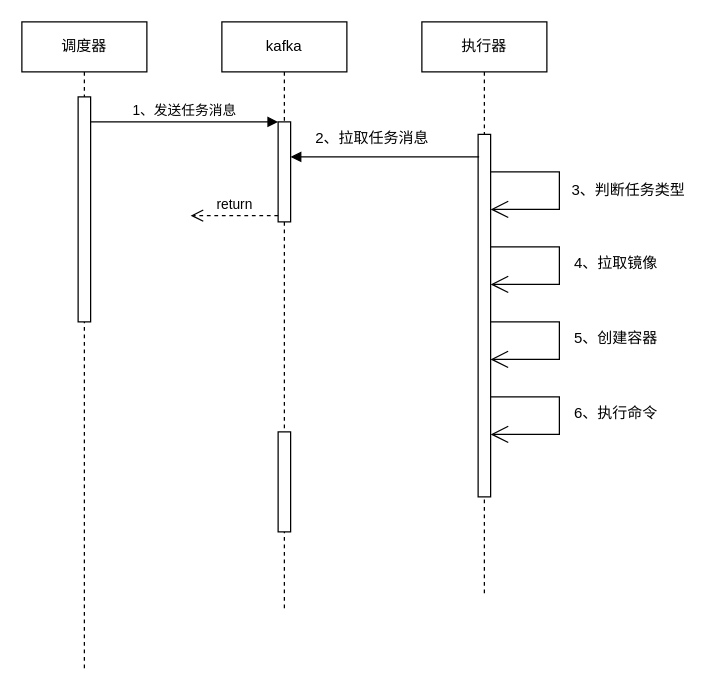
Earlier version of the draw.io diagram 执行容器任务.drawio (tianshengdiwangK/common). Source tidied: cells renumbered, new cells numbered last; positions are measured from the earlier drawing's top-left corner, leaving out a move shared by most shapes. Both pictures are drawn from the tidied source at 125%, with x=0, y=0 at pixel (21, 21).
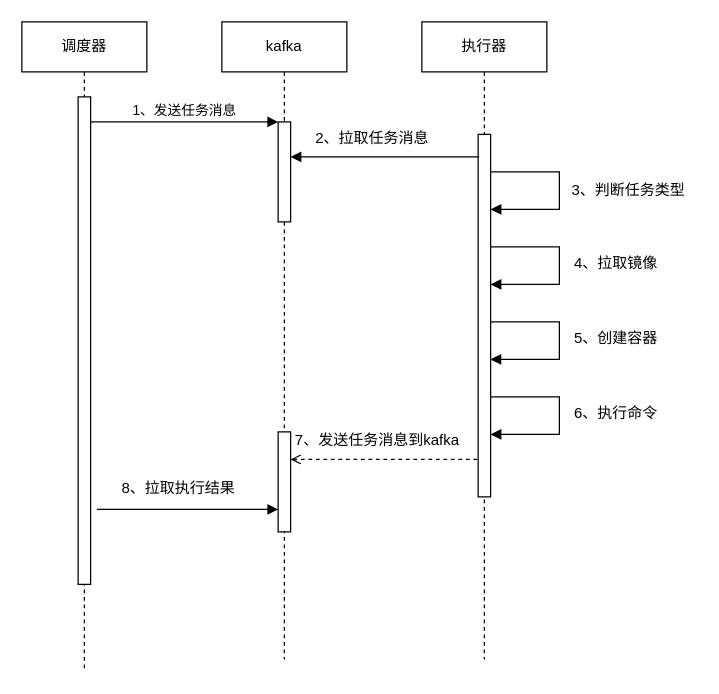
The same page after the edit.

Commit message:
更新执行容器任务.drawio

The change refers to these unchanged cells:
```xml
<mxCell id="2" value="调度器" style="shape=umlLifeline;perimeter=lifelinePerimeter;whiteSpace=wrap;html=1;newEdgeStyle={&quot;edgeStyle&quot;:&quot;elbowEdgeStyle&quot;,&quot;elbow&quot;:&quot;vertical&quot;,&quot;curved&quot;:0,&quot;rounded&quot;:0};" parent="1" vertex="1">
  <mxGeometry width="100" height="520" as="geometry" />
</mxCell>
<mxCell id="5" style="html=1;points=[];perimeter=orthogonalPerimeter;outlineConnect=0;targetShapes=umlLifeline;portConstraint=eastwest;newEdgeStyle={&quot;edgeStyle&quot;:&quot;elbowEdgeStyle&quot;,&quot;elbow&quot;:&quot;vertical&quot;,&quot;curved&quot;:0,&quot;rounded&quot;:0};" parent="4" vertex="1">
  <mxGeometry x="45" y="80" width="10" height="80" as="geometry" />
</mxCell>
<mxCell id="7" style="html=1;points=[];perimeter=orthogonalPerimeter;outlineConnect=0;targetShapes=umlLifeline;portConstraint=eastwest;newEdgeStyle={&quot;edgeStyle&quot;:&quot;elbowEdgeStyle&quot;,&quot;elbow&quot;:&quot;vertical&quot;,&quot;curved&quot;:0,&quot;rounded&quot;:0};" parent="4" vertex="1">
  <mxGeometry x="45" y="328" width="10" height="80" as="geometry" />
</mxCell>
<mxCell id="9" style="html=1;points=[];perimeter=orthogonalPerimeter;outlineConnect=0;targetShapes=umlLifeline;portConstraint=eastwest;newEdgeStyle={&quot;edgeStyle&quot;:&quot;elbowEdgeStyle&quot;,&quot;elbow&quot;:&quot;vertical&quot;,&quot;curved&quot;:0,&quot;rounded&quot;:0};" parent="8" vertex="1">
  <mxGeometry x="45" y="90" width="10" height="290" as="geometry" />
</mxCell>
```

Change to the diagram source:
```diff
@@
     <mxCell id="3" style="html=1;points=[];perimeter=orthogonalPerimeter;outlineConnect=0;targetShapes=umlLifeline;portConstraint=eastwest;newEdgeStyle={&quot;edgeStyle&quot;:&quot;elbowEdgeStyle&quot;,&quot;elbow&quot;:&quot;vertical&quot;,&quot;curved&quot;:0,&quot;rounded&quot;:0};" parent="2" vertex="1">
-      <mxGeometry x="45" y="60" width="10" height="180" as="geometry" />
+      <mxGeometry x="45" y="60" width="10" height="390" as="geometry" />
     </mxCell>
     <mxCell id="4" value="kafka" style="shape=umlLifeline;perimeter=lifelinePerimeter;whiteSpace=wrap;html=1;newEdgeStyle={&quot;edgeStyle&quot;:&quot;elbowEdgeStyle&quot;,&quot;elbow&quot;:&quot;vertical&quot;,&quot;curved&quot;:0,&quot;rounded&quot;:0};" parent="1" vertex="1">
-      <mxGeometry x="160" width="100" height="470" as="geometry" />
+      <mxGeometry x="160" width="100" height="510" as="geometry" />
     </mxCell>
@@
-    <mxCell id="6" value="return" style="html=1;verticalAlign=bottom;endArrow=open;dashed=1;endSize=8;edgeStyle=elbowEdgeStyle;elbow=vertical;curved=0;rounded=0;" parent="4" edge="1" source="5">
-      <mxGeometry relative="1" as="geometry">
-        <mxPoint x="-25" y="155" as="targetPoint" />
-      </mxGeometry>
-    </mxCell>
@@
     <mxCell id="8" value="执行器" style="shape=umlLifeline;perimeter=lifelinePerimeter;whiteSpace=wrap;html=1;newEdgeStyle={&quot;edgeStyle&quot;:&quot;elbowEdgeStyle&quot;,&quot;elbow&quot;:&quot;vertical&quot;,&quot;curved&quot;:0,&quot;rounded&quot;:0};" parent="1" vertex="1">
-      <mxGeometry x="320" width="100" height="460" as="geometry" />
+      <mxGeometry x="320" width="100" height="510" as="geometry" />
     </mxCell>
@@
-    <mxCell id="10" style="endArrow=open;endFill=1;endSize=12;html=1;rounded=0;edgeStyle=orthogonalEdgeStyle;" parent="8" edge="1" target="9">
+    <mxCell id="10" style="endArrow=block;endFill=1;endSize=6;html=1;rounded=0;edgeStyle=orthogonalEdgeStyle;" parent="8" edge="1" target="9">
       <mxGeometry relative="1" as="geometry">
         <mxPoint x="55" y="120" as="sourcePoint" />
         <Array as="points">
           <mxPoint x="110" y="120" />
           <mxPoint x="110" y="150" />
         </Array>
       </mxGeometry>
     </mxCell>
@@
-    <mxCell id="15" style="endArrow=open;endFill=1;endSize=12;html=1;rounded=0;edgeStyle=orthogonalEdgeStyle;" parent="1" edge="1">
+    <mxCell id="15" style="endArrow=block;endFill=1;endSize=6;html=1;rounded=0;edgeStyle=orthogonalEdgeStyle;" parent="1" edge="1">
       <mxGeometry relative="1" as="geometry">
         <mxPoint x="375" y="180" as="sourcePoint" />
         <mxPoint x="375" y="210" as="targetPoint" />
         <Array as="points">
           <mxPoint x="430" y="180" />
           <mxPoint x="430" y="210" />
         </Array>
       </mxGeometry>
     </mxCell>
@@
-    <mxCell id="17" style="endArrow=open;endFill=1;endSize=12;html=1;rounded=0;edgeStyle=orthogonalEdgeStyle;" parent="1" edge="1">
+    <mxCell id="17" style="endArrow=block;endFill=1;endSize=6;html=1;rounded=0;edgeStyle=orthogonalEdgeStyle;" parent="1" edge="1">
       <mxGeometry relative="1" as="geometry">
         <mxPoint x="374.9" y="240" as="sourcePoint" />
         <mxPoint x="374.9" y="270" as="targetPoint" />
         <Array as="points">
           <mxPoint x="430" y="240" />
           <mxPoint x="430" y="270" />
         </Array>
       </mxGeometry>
     </mxCell>
@@
-    <mxCell id="19" style="endArrow=open;endFill=1;endSize=12;html=1;rounded=0;edgeStyle=orthogonalEdgeStyle;" parent="1" edge="1">
+    <mxCell id="19" style="endArrow=block;endFill=1;endSize=6;html=1;rounded=0;edgeStyle=orthogonalEdgeStyle;" parent="1" edge="1">
       <mxGeometry relative="1" as="geometry">
         <mxPoint x="375" y="300" as="sourcePoint" />
         <mxPoint x="375" y="330" as="targetPoint" />
         <Array as="points">
           <mxPoint x="430" y="300" />
           <mxPoint x="430" y="330" />
         </Array>
       </mxGeometry>
     </mxCell>
@@
+    <mxCell id="21" style="endArrow=none;endFill=0;endSize=12;html=1;rounded=0;dashed=1;startArrow=open;startFill=0;" parent="1" edge="1">
+      <mxGeometry relative="1" as="geometry">
+        <mxPoint x="215" y="350" as="sourcePoint" />
+        <mxPoint x="365" y="350" as="targetPoint" />
+      </mxGeometry>
+    </mxCell>
+    <mxCell id="22" value="7、发送任务消息到kafka" style="text;html=1;align=center;verticalAlign=middle;strokeColor=none;fillColor=none;" parent="1" vertex="1">
+      <mxGeometry x="209" y="320" width="150" height="30" as="geometry" />
+    </mxCell>
+    <mxCell id="23" style="endArrow=block;endFill=1;endSize=6;html=1;rounded=0;" parent="1" edge="1" target="7">
+      <mxGeometry relative="1" as="geometry">
+        <mxPoint x="60" y="390" as="sourcePoint" />
+      </mxGeometry>
+    </mxCell>
+    <mxCell id="24" value="8、拉取执行结果" style="text;html=1;align=center;verticalAlign=middle;strokeColor=none;fillColor=none;" parent="1" vertex="1">
+      <mxGeometry x="70" y="358" width="110" height="30" as="geometry" />
+    </mxCell>
```
